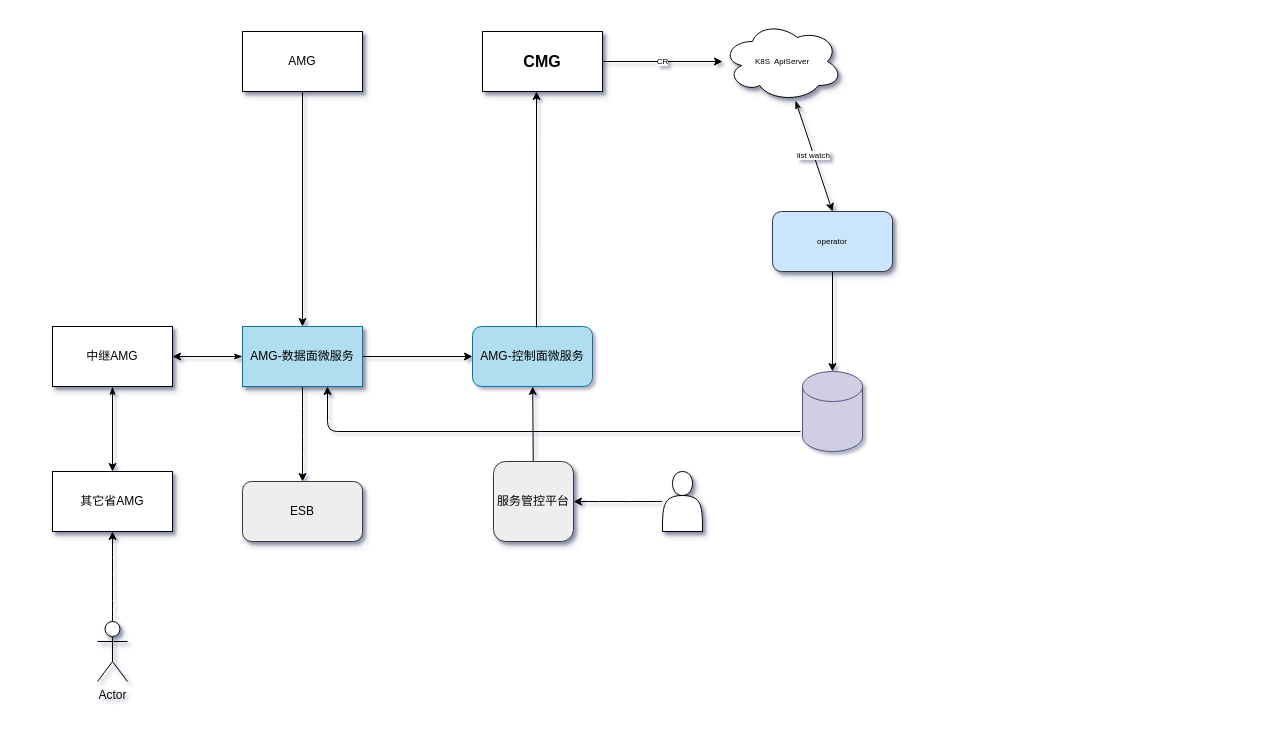
This is page "DFD" (2 of 3) of Untitled Diagram.drawio from qymmdj/draw-io, a draw.io file, before an edit. Source tidied: cells renumbered, new cells numbered last; positions are measured from the earlier drawing's top-left corner, leaving out a move shared by most shapes. Both pictures are drawn from the tidied source at 100%, with x=0, y=0 at pixel (52, 21).
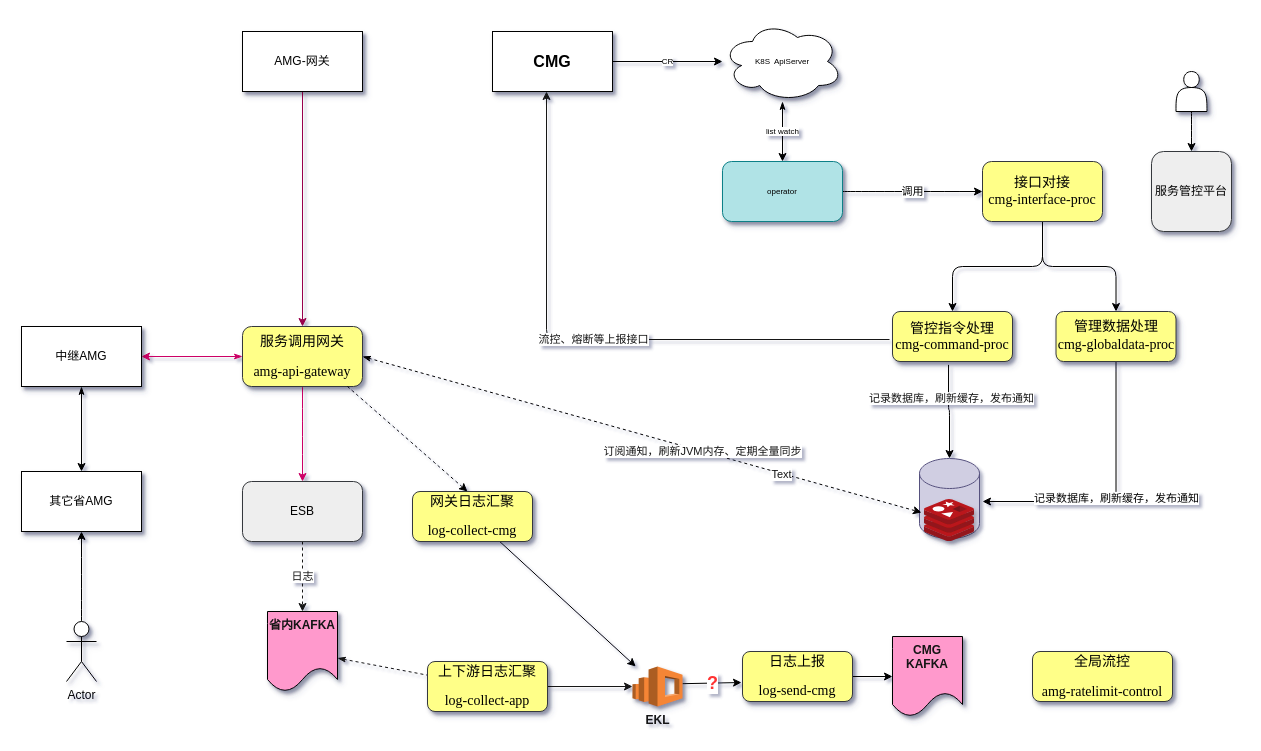
After the change.

The change refers to these unchanged cells:
```xml
<mxCell id="5" value="&lt;span&gt;K8S&amp;nbsp; ApiServer&lt;/span&gt;" style="ellipse;shape=cloud;whiteSpace=wrap;html=1;rounded=0;shadow=1;fontSize=8;" parent="1" vertex="1">
  <mxGeometry x="670" width="120" height="80" as="geometry" />
</mxCell>
<mxCell id="26" value="ESB" style="rounded=1;whiteSpace=wrap;html=1;sketch=0;shadow=1;fillColor=#eeeeee;strokeColor=#36393d;" parent="1" vertex="1">
  <mxGeometry x="190" y="460" width="120" height="60" as="geometry" />
</mxCell>
```

Diff of the diagram source:
```diff
@@
     <mxCell id="3" value="&lt;h1&gt;CMG&lt;/h1&gt;" style="rounded=0;whiteSpace=wrap;html=1;shadow=1;fontFamily=Helvetica;fontSize=8;align=center;" parent="1" vertex="1">
-      <mxGeometry x="430" y="10" width="120" height="60" as="geometry" />
+      <mxGeometry x="440" y="10" width="120" height="60" as="geometry" />
     </mxCell>
-    <mxCell id="4" value="list watch" style="edgeStyle=none;rounded=0;jettySize=auto;html=1;fontFamily=Helvetica;fontSize=8;startArrow=classicThin;startFill=1;" parent="1" edge="1" source="5">
-      <mxGeometry relative="1" as="geometry">
-        <mxPoint x="780" y="190" as="targetPoint" />
-      </mxGeometry>
+    <mxCell id="4" value="list watch" style="edgeStyle=none;rounded=0;jettySize=auto;html=1;fontFamily=Helvetica;fontSize=8;startArrow=classicThin;startFill=1;" parent="1" edge="1" source="5" target="7">
+      <mxGeometry relative="1" as="geometry" />
     </mxCell>
@@
-    <mxCell id="6" style="edgeStyle=orthogonalEdgeStyle;curved=0;rounded=1;sketch=0;jettySize=auto;html=1;" parent="1" edge="1" source="7" target="8">
+    <mxCell id="6" style="edgeStyle=orthogonalEdgeStyle;curved=0;rounded=1;sketch=0;jettySize=auto;html=1;exitX=0.467;exitY=1.067;exitDx=0;exitDy=0;exitPerimeter=0;" parent="1" edge="1" source="35" target="8">
       <mxGeometry relative="1" as="geometry" />
     </mxCell>
+    <mxCell id="28" value="记录数据库，刷新缓存，发布通知" style="edgeLabel;html=1;align=center;verticalAlign=middle;fontColor=#141414;" parent="6" vertex="1">
+      <mxGeometry x="-0.31" y="2" relative="1" as="geometry" />
+    </mxCell>
+    <mxCell id="29" value="调用" style="edgeStyle=none;curved=1;sketch=0;jettySize=auto;html=1;startArrow=none;startFill=0;" parent="1" edge="1" source="7" target="34">
+      <mxGeometry relative="1" as="geometry" />
+    </mxCell>
-    <mxCell id="7" value="operator" style="rounded=1;whiteSpace=wrap;html=1;shadow=1;fontFamily=Helvetica;fontSize=8;align=center;fillColor=#cce5ff;strokeColor=#36393d;" parent="1" vertex="1">
-      <mxGeometry x="720" y="190" width="120" height="60" as="geometry" />
+    <mxCell id="7" value="operator" style="rounded=1;whiteSpace=wrap;html=1;shadow=1;fontFamily=Helvetica;fontSize=8;align=center;fillColor=#b0e3e6;strokeColor=#0e8088;" parent="1" vertex="1">
+      <mxGeometry x="670" y="140" width="120" height="60" as="geometry" />
     </mxCell>
     <mxCell id="8" style="shape=cylinder3;whiteSpace=wrap;html=1;boundedLbl=1;backgroundOutline=1;size=15;rounded=0;sketch=0;fillColor=#d0cee2;strokeColor=#56517e;" parent="1" vertex="1">
-      <mxGeometry x="750" y="350" width="60" height="80" as="geometry" />
+      <mxGeometry x="867" y="437" width="60" height="80" as="geometry" />
     </mxCell>
-    <mxCell id="9" style="edgeStyle=orthogonalEdgeStyle;curved=0;rounded=1;sketch=0;jettySize=auto;html=1;exitX=1;exitY=0.5;exitDx=0;exitDy=0;exitPerimeter=0;" parent="1" edge="1" source="16" target="10">
-      <mxGeometry relative="1" as="geometry" />
-    </mxCell>
-    <mxCell id="10" value="AMG-控制面微服务" style="rounded=1;whiteSpace=wrap;html=1;sketch=0;fillColor=#b1ddf0;strokeColor=#10739e;" parent="1" vertex="1">
-      <mxGeometry x="420" y="305" width="120" height="60" as="geometry" />
-    </mxCell>
-    <mxCell id="11" style="edgeStyle=none;rounded=1;sketch=0;jettySize=auto;html=1;" parent="1" edge="1" source="12" target="16">
+    <mxCell id="11" style="edgeStyle=none;rounded=1;sketch=0;jettySize=auto;html=1;strokeColor=#99004D;" parent="1" edge="1" source="12" target="16">
       <mxGeometry relative="1" as="geometry" />
     </mxCell>
-    <mxCell id="12" value="AMG" style="rounded=0;whiteSpace=wrap;html=1;sketch=0;shadow=1;" parent="1" vertex="1">
+    <mxCell id="12" value="AMG-网关" style="rounded=0;whiteSpace=wrap;html=1;sketch=0;shadow=1;" parent="1" vertex="1">
       <mxGeometry x="190" y="10" width="120" height="60" as="geometry" />
     </mxCell>
-    <mxCell id="13" style="endArrow=classic;html=1;exitX=0.533;exitY=0.017;exitDx=0;exitDy=0;exitPerimeter=0;entryX=0.45;entryY=1;entryDx=0;entryDy=0;entryPerimeter=0;" parent="1" edge="1" source="10" target="3">
-      <mxGeometry relative="1" as="geometry" />
+    <mxCell id="13" value="&lt;font face=&quot;宋体&quot;&gt;流控、熔断等上报接口&lt;/font&gt;" style="endArrow=classic;html=1;entryX=0.45;entryY=1;entryDx=0;entryDy=0;entryPerimeter=0;edgeStyle=orthogonalEdgeStyle;exitX=-0.025;exitY=0.56;exitDx=0;exitDy=0;exitPerimeter=0;fontColor=#141414;strokeColor=#141414;" parent="1" edge="1" source="35" target="3">
+      <mxGeometry relative="1" as="geometry">
+        <Array as="points">
+          <mxPoint x="494" y="318" />
+        </Array>
+      </mxGeometry>
     </mxCell>
-    <mxCell id="14" style="edgeStyle=none;rounded=1;sketch=0;jettySize=auto;html=1;startArrow=classicThin;startFill=1;" parent="1" edge="1" source="16" target="22">
+    <mxCell id="14" style="edgeStyle=none;rounded=1;sketch=0;jettySize=auto;html=1;startArrow=classicThin;startFill=1;strokeColor=#CC0066;" parent="1" edge="1" source="16" target="22">
       <mxGeometry relative="1" as="geometry" />
     </mxCell>
-    <mxCell id="15" style="edgeStyle=none;curved=1;sketch=0;jettySize=auto;html=1;startArrow=none;startFill=0;" parent="1" edge="1" source="16" target="26">
+    <mxCell id="15" style="edgeStyle=none;curved=1;sketch=0;jettySize=auto;html=1;startArrow=none;startFill=0;strokeColor=#CC0066;" parent="1" edge="1" source="16" target="26">
       <mxGeometry relative="1" as="geometry" />
     </mxCell>
-    <mxCell id="16" value="AMG-数据面微服务" style="rounded=0;whiteSpace=wrap;html=1;sketch=0;shadow=1;fillColor=#b1ddf0;strokeColor=#10739e;" parent="1" vertex="1">
+    <mxCell id="16" value="&lt;p class=&quot;MsoNormal&quot;&gt;&lt;span style=&quot;font-family: &amp;#34;times new roman&amp;#34; ; font-size: 10.5pt&quot;&gt;&lt;font face=&quot;宋体&quot;&gt;服务调用网关&lt;/font&gt;&lt;/span&gt;&lt;/p&gt;&lt;p class=&quot;MsoNormal&quot;&gt;&lt;span style=&quot;font-size: 10.5pt&quot;&gt;&lt;font face=&quot;Times New Roman&quot;&gt;amg-api-gateway&lt;/font&gt;&lt;/span&gt;&lt;/p&gt;" style="rounded=1;whiteSpace=wrap;html=1;sketch=0;shadow=1;fillColor=#ffff88;strokeColor=#36393d;" parent="1" vertex="1">
       <mxGeometry x="190" y="305" width="120" height="60" as="geometry" />
     </mxCell>
-    <mxCell id="17" style="edgeStyle=none;rounded=1;sketch=0;jettySize=auto;html=1;" parent="1" edge="1" source="18" target="10">
-      <mxGeometry relative="1" as="geometry" />
-    </mxCell>
-    <mxCell id="18" value="服务管控平台" style="whiteSpace=wrap;html=1;rounded=1;shadow=1;glass=0;sketch=0;fillColor=#eeeeee;strokeColor=#36393d;" parent="1" vertex="1">
-      <mxGeometry x="441" y="440" width="80" height="80" as="geometry" />
-    </mxCell>
@@
     <mxCell id="20" value="Actor" style="shape=umlActor;verticalLabelPosition=bottom;verticalAlign=top;html=1;outlineConnect=0;rounded=1;shadow=1;glass=0;sketch=0;" parent="1" vertex="1">
-      <mxGeometry x="45" y="600" width="30" height="60" as="geometry" />
+      <mxGeometry x="14" y="600" width="30" height="60" as="geometry" />
     </mxCell>
@@
     <mxCell id="22" value="中继AMG" style="rounded=0;whiteSpace=wrap;html=1;sketch=0;shadow=1;" parent="1" vertex="1">
-      <mxGeometry y="305" width="120" height="60" as="geometry" />
+      <mxGeometry x="-31" y="305" width="120" height="60" as="geometry" />
     </mxCell>
     <mxCell id="23" value="其它省AMG" style="rounded=0;whiteSpace=wrap;html=1;sketch=0;shadow=1;" parent="1" vertex="1">
-      <mxGeometry y="450" width="120" height="60" as="geometry" />
+      <mxGeometry x="-31" y="450" width="120" height="60" as="geometry" />
     </mxCell>
-    <mxCell id="24" style="edgeStyle=none;curved=1;sketch=0;jettySize=auto;html=1;startArrow=none;startFill=0;" parent="1" edge="1" source="25" target="18">
-      <mxGeometry relative="1" as="geometry" />
-    </mxCell>
-    <mxCell id="25" style="shape=actor;whiteSpace=wrap;html=1;rounded=1;shadow=1;glass=0;sketch=0;" parent="1" vertex="1">
-      <mxGeometry x="610" y="450" width="40" height="60" as="geometry" />
-    </mxCell>
+    <mxCell id="30" style="edgeStyle=none;sketch=0;jettySize=auto;html=1;fontColor=#141414;startArrow=classicThin;startFill=1;strokeColor=#141414;dashed=1;endArrow=none;endFill=0;" parent="1" edge="1" source="52" target="47">
+      <mxGeometry relative="1" as="geometry" />
+    </mxCell>
+    <mxCell id="31" value="日志" style="edgeStyle=none;sketch=0;jettySize=auto;html=1;dashed=1;fontColor=#141414;startArrow=none;startFill=0;strokeColor=#141414;" parent="1" edge="1" source="26" target="52">
+      <mxGeometry relative="1" as="geometry" />
+    </mxCell>
@@
-    <mxCell id="27" style="edgeStyle=elbowEdgeStyle;elbow=horizontal;endArrow=classic;html=1;" parent="1" edge="1">
-      <mxGeometry relative="1" as="geometry">
-        <mxPoint x="748" y="410" as="sourcePoint" />
-        <mxPoint x="275" y="365" as="targetPoint" />
-        <Array as="points">
-          <mxPoint x="275" y="510" />
-        </Array>
-      </mxGeometry>
-    </mxCell>
+    <mxCell id="32" style="edgeStyle=orthogonalEdgeStyle;sketch=0;jettySize=auto;html=1;startArrow=none;startFill=0;" parent="1" edge="1" source="34" target="37">
+      <mxGeometry relative="1" as="geometry" />
+    </mxCell>
+    <mxCell id="33" style="edgeStyle=orthogonalEdgeStyle;sketch=0;jettySize=auto;html=1;startArrow=none;startFill=0;" parent="1" edge="1" source="34" target="35">
+      <mxGeometry relative="1" as="geometry" />
+    </mxCell>
+    <mxCell id="34" value="&lt;span style=&quot;font-family: &amp;#34;times new roman&amp;#34; ; font-size: 10.5pt&quot;&gt;&lt;font face=&quot;宋体&quot;&gt;接口&lt;/font&gt;&lt;/span&gt;&lt;span style=&quot;font-size: 10.5pt&quot;&gt;对接&lt;/span&gt;&lt;span style=&quot;font-family: &amp;#34;times new roman&amp;#34; ; font-size: 14px&quot;&gt;&lt;br&gt;cmg-interface-proc&lt;/span&gt;" style="rounded=1;whiteSpace=wrap;html=1;sketch=0;fillColor=#ffff88;strokeColor=#36393d;" parent="1" vertex="1">
+      <mxGeometry x="930" y="140" width="120" height="60" as="geometry" />
+    </mxCell>
+    <mxCell id="35" value="&lt;p class=&quot;MsoNormal&quot;&gt;&lt;span style=&quot;font-size: 10.5pt&quot;&gt;管控指令处理&lt;br&gt;&lt;/span&gt;&lt;span style=&quot;font-family: &amp;#34;times new roman&amp;#34; ; font-size: 10.5pt&quot;&gt;cmg-command-proc&lt;/span&gt;&lt;br&gt;&lt;/p&gt;" style="rounded=1;shadow=1;glass=0;sketch=0;horizontal=1;verticalAlign=middle;whiteSpace=wrap;labelBackgroundColor=none;html=1;fillColor=#ffff88;strokeColor=#36393d;" parent="1" vertex="1">
+      <mxGeometry x="840" y="290" width="120" height="50" as="geometry" />
+    </mxCell>
+    <mxCell id="36" value="记录数据库，刷新缓存，发布通知" style="edgeStyle=orthogonalEdgeStyle;sketch=0;jettySize=auto;html=1;startArrow=none;startFill=0;exitX=0.5;exitY=1;exitDx=0;exitDy=0;exitPerimeter=0;" parent="1" edge="1" source="37">
+      <mxGeometry relative="1" as="geometry">
+        <mxPoint x="930" y="480" as="targetPoint" />
+        <Array as="points">
+          <mxPoint x="1064" y="480" />
+        </Array>
+      </mxGeometry>
+    </mxCell>
+    <mxCell id="37" value="&lt;span style=&quot;font-size: 10.5pt&quot;&gt;&lt;font face=&quot;宋体&quot;&gt;&lt;font face=&quot;times new roman&quot;&gt;管理数据处理&lt;/font&gt;&lt;br&gt;&lt;/font&gt;&lt;/span&gt;&lt;span style=&quot;font-size: 10.5pt&quot;&gt;&lt;font face=&quot;Times New Roman&quot;&gt;cmg&lt;/font&gt;&lt;/span&gt;&lt;span style=&quot;font-family: &amp;#34;times new roman&amp;#34; ; font-size: 10.5pt&quot;&gt;-globaldata-proc&lt;/span&gt;&lt;p class=&quot;MsoNormal&quot;&gt;&lt;/p&gt;" style="rounded=1;shadow=1;glass=0;sketch=0;horizontal=1;verticalAlign=top;whiteSpace=wrap;labelBackgroundColor=none;html=1;fillColor=#ffff88;strokeColor=#36393d;align=center;" parent="1" vertex="1">
+      <mxGeometry x="1003.5" y="290" width="120" height="50" as="geometry" />
+    </mxCell>
+    <mxCell id="38" style="html=1;align=center;image;fontSize=12;image=img/lib/mscae/Cache_Redis_Product.svg;rounded=1;shadow=1;glass=0;fillColor=none;gradientColor=none;" parent="1" vertex="1">
+      <mxGeometry x="872" y="478" width="50" height="42" as="geometry" />
+    </mxCell>
+    <mxCell id="18" value="服务管控平台" style="whiteSpace=wrap;html=1;rounded=1;shadow=1;glass=0;sketch=0;fillColor=#eeeeee;strokeColor=#36393d;" parent="1" vertex="1">
+      <mxGeometry x="1099" y="130" width="80" height="80" as="geometry" />
+    </mxCell>
+    <mxCell id="39" style="edgeStyle=none;curved=1;sketch=0;jettySize=auto;html=1;startArrow=none;startFill=0;" parent="1" edge="1" source="40" target="18">
+      <mxGeometry relative="1" as="geometry" />
+    </mxCell>
+    <mxCell id="40" style="shape=actor;whiteSpace=wrap;html=1;rounded=1;shadow=1;glass=0;sketch=0;" parent="1" vertex="1">
+      <mxGeometry x="1123.5" y="50" width="31" height="40" as="geometry" />
+    </mxCell>
+    <mxCell id="9" style="rounded=1;sketch=0;jettySize=auto;html=1;exitX=1;exitY=0.5;exitDx=0;exitDy=0;exitPerimeter=0;startArrow=classicThin;startFill=1;entryX=0.033;entryY=0.675;entryDx=0;entryDy=0;entryPerimeter=0;dashed=1;" parent="1" edge="1" source="16" target="8">
+      <mxGeometry relative="1" as="geometry" />
+    </mxCell>
+    <mxCell id="41" value="Text" style="edgeLabel;html=1;align=center;verticalAlign=middle;fontColor=#141414;" parent="9" vertex="1">
+      <mxGeometry x="0.5" y="-1" relative="1" as="geometry" />
+    </mxCell>
+    <mxCell id="42" value="订阅通知，刷新JVM内存、定期全量同步" style="edgeLabel;html=1;align=center;verticalAlign=middle;fontColor=#141414;" parent="9" vertex="1">
+      <mxGeometry x="0.5" y="-3" relative="1" as="geometry">
+        <mxPoint x="-79" y="-25" as="offset" />
+      </mxGeometry>
+    </mxCell>
+    <mxCell id="43" value="&lt;p class=&quot;MsoNormal&quot;&gt;&lt;span style=&quot;font-family: &amp;#34;times new roman&amp;#34; ; font-size: 10.5000pt&quot;&gt;&lt;font face=&quot;宋体&quot;&gt;全局流控&lt;/font&gt;&lt;/span&gt;&lt;/p&gt;&lt;p class=&quot;MsoNormal&quot;&gt;&lt;span style=&quot;font-size: 10.5000pt&quot;&gt;&lt;font face=&quot;Times New Roman&quot;&gt;amg-rate&lt;/font&gt;&lt;/span&gt;&lt;span style=&quot;font-family: &amp;#34;times new roman&amp;#34; ; font-size: 10.5000pt&quot;&gt;limit-control&lt;/span&gt;&lt;/p&gt;" style="rounded=1;whiteSpace=wrap;html=1;sketch=0;shadow=1;fillColor=#ffff88;strokeColor=#36393d;" parent="1" vertex="1">
+      <mxGeometry x="980" y="630" width="140" height="50" as="geometry" />
+    </mxCell>
+    <mxCell id="44" style="edgeStyle=none;sketch=0;jettySize=auto;html=1;fontColor=#141414;startArrow=none;startFill=0;endArrow=classic;endFill=1;strokeColor=#000000;" parent="1" edge="1" source="45" target="51">
+      <mxGeometry relative="1" as="geometry" />
+    </mxCell>
+    <mxCell id="45" value="&lt;p class=&quot;MsoNormal&quot;&gt;&lt;span style=&quot;font-size: 10.5pt&quot;&gt;网关&lt;/span&gt;&lt;span style=&quot;font-family: &amp;#34;times new roman&amp;#34; ; font-size: 10.5pt&quot;&gt;&lt;font face=&quot;宋体&quot;&gt;日志汇聚&lt;/font&gt;&lt;/span&gt;&lt;/p&gt;&lt;p class=&quot;MsoNormal&quot;&gt;&lt;span style=&quot;font-family: &amp;#34;times new roman&amp;#34; ; font-size: 10.5000pt&quot;&gt;log-collect-cmg&lt;/span&gt;&lt;/p&gt;" style="rounded=1;shadow=1;glass=0;sketch=0;horizontal=1;verticalAlign=middle;whiteSpace=wrap;labelBackgroundColor=none;html=1;fillColor=#ffff88;strokeColor=#36393d;" parent="1" vertex="1">
+      <mxGeometry x="360" y="470" width="120" height="50" as="geometry" />
+    </mxCell>
+    <mxCell id="46" style="edgeStyle=none;sketch=0;jettySize=auto;html=1;fontColor=#141414;startArrow=none;startFill=0;strokeColor=#141414;" parent="1" edge="1" source="47" target="51">
+      <mxGeometry relative="1" as="geometry" />
+    </mxCell>
+    <mxCell id="47" value="&lt;p class=&quot;MsoNormal&quot;&gt;&lt;span style=&quot;font-size: 10.5pt&quot;&gt;上下游&lt;/span&gt;&lt;span style=&quot;font-family: &amp;#34;times new roman&amp;#34; ; font-size: 10.5pt&quot;&gt;&lt;font face=&quot;宋体&quot;&gt;日志汇聚&lt;/font&gt;&lt;/span&gt;&lt;/p&gt;&lt;p class=&quot;MsoNormal&quot;&gt;&lt;span style=&quot;font-family: &amp;#34;times new roman&amp;#34; ; font-size: 10.5000pt&quot;&gt;log-collect-app&lt;/span&gt;&lt;/p&gt;" style="rounded=1;shadow=1;glass=0;sketch=0;horizontal=1;verticalAlign=middle;whiteSpace=wrap;labelBackgroundColor=none;html=1;fillColor=#ffff88;strokeColor=#36393d;" parent="1" vertex="1">
+      <mxGeometry x="375" y="640" width="120" height="50" as="geometry" />
+    </mxCell>
+    <mxCell id="48" style="edgeStyle=none;sketch=0;jettySize=auto;html=1;fontColor=#141414;startArrow=none;startFill=0;endArrow=classic;endFill=1;strokeColor=#000000;" parent="1" edge="1" source="49" target="54">
+      <mxGeometry relative="1" as="geometry" />
+    </mxCell>
+    <mxCell id="49" value="&lt;p class=&quot;MsoNormal&quot;&gt;&lt;span style=&quot;font-size: 10.5000pt&quot;&gt;日志&lt;/span&gt;&lt;span style=&quot;font-family: &amp;#34;times new roman&amp;#34; ; font-size: 10.5000pt&quot;&gt;&lt;font face=&quot;宋体&quot;&gt;上报&lt;/font&gt;&lt;/span&gt;&lt;/p&gt;&lt;p class=&quot;MsoNormal&quot;&gt;&lt;span style=&quot;font-family: &amp;#34;times new roman&amp;#34; ; font-size: 10.5000pt&quot;&gt;log-send-cmg&lt;/span&gt;&lt;/p&gt;" style="rounded=1;shadow=1;glass=0;sketch=0;horizontal=1;verticalAlign=middle;whiteSpace=wrap;labelBackgroundColor=none;html=1;fillColor=#ffff88;strokeColor=#36393d;" parent="1" vertex="1">
+      <mxGeometry x="690" y="630" width="110" height="50" as="geometry" />
+    </mxCell>
+    <mxCell id="50" value="&lt;b&gt;&lt;font style=&quot;font-size: 18px&quot;&gt;?&lt;/font&gt;&lt;/b&gt;" style="sketch=0;jettySize=auto;html=1;startArrow=none;startFill=0;endArrow=classic;endFill=1;strokeColor=#000000;fontColor=#FF3333;entryX=-0.009;entryY=0.62;entryDx=0;entryDy=0;entryPerimeter=0;" parent="1" edge="1" target="49">
+      <mxGeometry relative="1" as="geometry">
+        <mxPoint x="630" y="662.2" as="sourcePoint" />
+      </mxGeometry>
+    </mxCell>
+    <mxCell id="51" value="&lt;b&gt;EKL&lt;/b&gt;" style="outlineConnect=0;dashed=0;verticalLabelPosition=bottom;verticalAlign=top;align=center;html=1;shape=mxgraph.aws3.elasticsearch_service;fillColor=#F58534;gradientColor=none;rounded=1;shadow=1;glass=0;fontColor=#141414;" parent="1" vertex="1">
+      <mxGeometry x="580" y="645" width="50" height="40" as="geometry" />
+    </mxCell>
+    <mxCell id="52" value="&lt;b&gt;省内KAFKA&lt;/b&gt;" style="shape=document;whiteSpace=wrap;html=1;boundedLbl=1;rounded=1;shadow=1;glass=0;fontColor=#141414;fillColor=#FF99CC;gradientColor=none;align=center;verticalAlign=top;" parent="1" vertex="1">
+      <mxGeometry x="215" y="590" width="70" height="80" as="geometry" />
+    </mxCell>
+    <mxCell id="53" style="edgeStyle=none;curved=1;sketch=0;jettySize=auto;html=1;startArrow=none;startFill=0;exitX=0.875;exitY=1;exitDx=0;exitDy=0;exitPerimeter=0;dashed=1;" parent="1" edge="1" source="16">
+      <mxGeometry relative="1" as="geometry">
+        <mxPoint x="415" y="470" as="targetPoint" />
+      </mxGeometry>
+    </mxCell>
+    <mxCell id="54" value="&lt;b&gt;CMG KAFKA&lt;/b&gt;" style="shape=document;whiteSpace=wrap;html=1;boundedLbl=1;rounded=1;shadow=1;glass=0;fontColor=#141414;fillColor=#FF99CC;gradientColor=none;align=center;verticalAlign=top;" parent="1" vertex="1">
+      <mxGeometry x="840" y="615" width="70" height="80" as="geometry" />
+    </mxCell>
```
